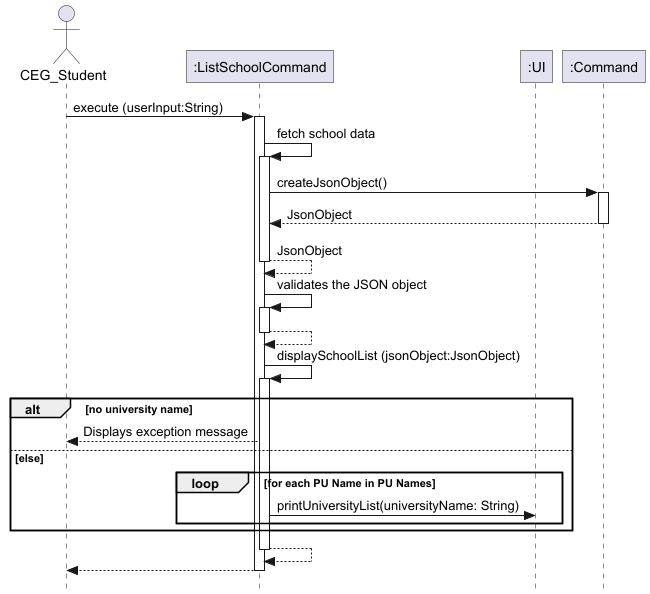
This is docs/images/ListSchoolsCommand.png from nus-cs2113-AY2425S1/tp, a PlantUML export, as it was before one commit.
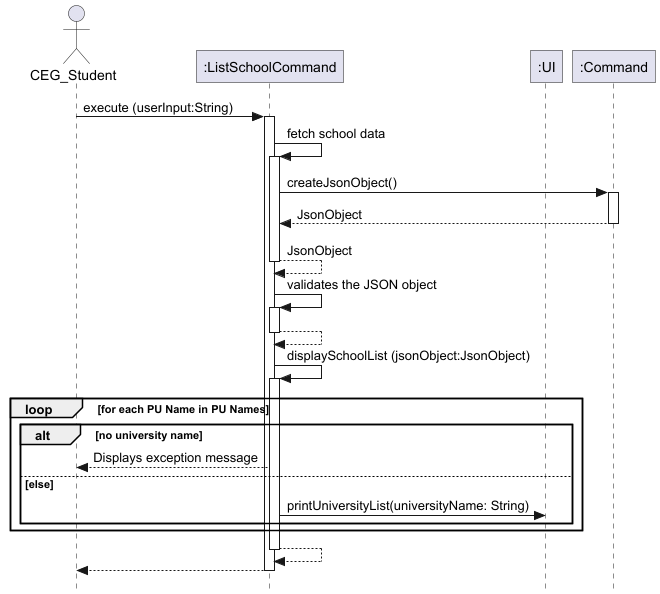
After the change.

Commit message:
Update DG with right diagrams

Change to the diagram source:
```diff
@@ -31,10 +31,10 @@
 ListSchoolCommand -> ListSchoolCommand: displaySchoolList (jsonObject:JsonObject)
 activate ListSchoolCommand
 
-alt no university name
-    ListSchoolCommand --> CEG_Student: Displays exception message
-else else
-    loop for each PU Name in PU Names
+loop for each PU Name in PU Names
+    alt no university name
+        ListSchoolCommand --> CEG_Student: Displays exception message
+    else else
         ListSchoolCommand -> UI: printUniversityList(universityName: String)
     end
 end
```
